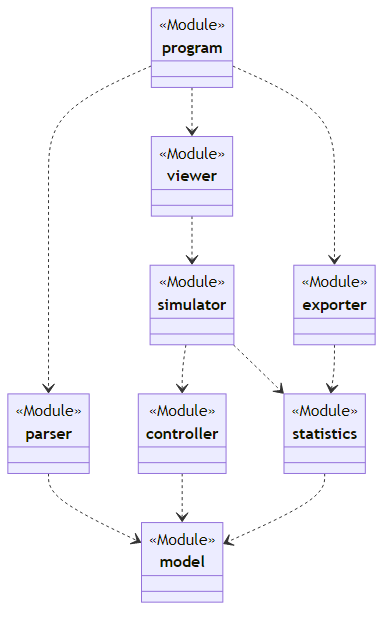
The Mermaid diagram diagrams/architecture-v2.png in ghackenberg/transport-ide, before a commit. Its source is kept beside it as diagrams/architecture-v2.mmd. The source it was exported from:
```mermaid
classDiagram
    direction TB

    class model
    class parser
    class controller
    class simulator
    class statistics
    class viewer
    class program
    class exporter

    <<Module>> model
    <<Module>> parser
    <<Module>> controller
    <<Module>> simulator
    <<Module>> statistics
    <<Module>> viewer
    <<Module>> program
    <<Module>> exporter

    parser ..> model
    controller ..> model
    statistics ..> model
    viewer ..> simulator
    simulator ..> controller
    simulator ..> statistics
    program ..> parser
    program ..> viewer
    program ..> exporter
    exporter ..> statistics
```
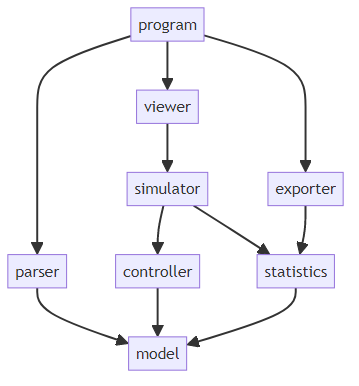
Later version of the same file.

Commit message:
finish describing data model

What changed in the source:
```diff
@@ -1,31 +1,21 @@
-classDiagram
-    direction TB
+flowchart TB
 
-    class model
-    class parser
-    class controller
-    class simulator
-    class statistics
-    class viewer
-    class program
-    class exporter
+    model
+    parser
+    controller
+    simulator
+    statistics
+    viewer
+    program
+    exporter
 
-    <<Module>> model
-    <<Module>> parser
-    <<Module>> controller
-    <<Module>> simulator
-    <<Module>> statistics
-    <<Module>> viewer
-    <<Module>> program
-    <<Module>> exporter
-
-    parser ..> model
-    controller ..> model
-    statistics ..> model
-    viewer ..> simulator
-    simulator ..> controller
-    simulator ..> statistics
-    program ..> parser
-    program ..> viewer
-    program ..> exporter
-    exporter ..> statistics
+    parser --> model
+    controller --> model
+    statistics --> model
+    viewer --> simulator
+    simulator --> controller
+    simulator --> statistics
+    program --> parser
+    program --> viewer
+    program --> exporter
+    exporter --> statistics
```
